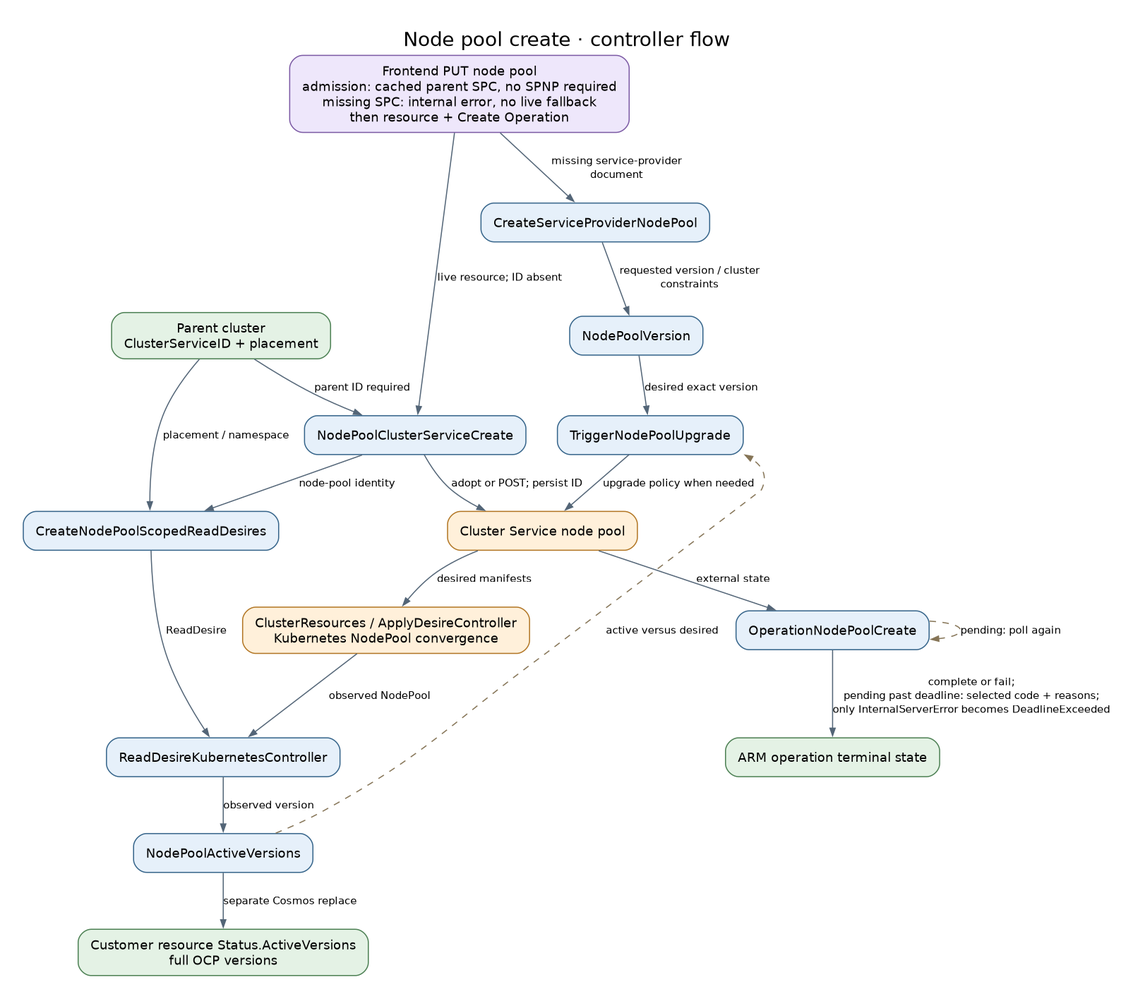
The Graphviz diagram docs/diagrams/controller-flows/nodepool-create.png in Azure/ARO-HCP, before a commit. Its source is kept beside it as docs/diagrams/controller-flows/nodepool-create.dot.
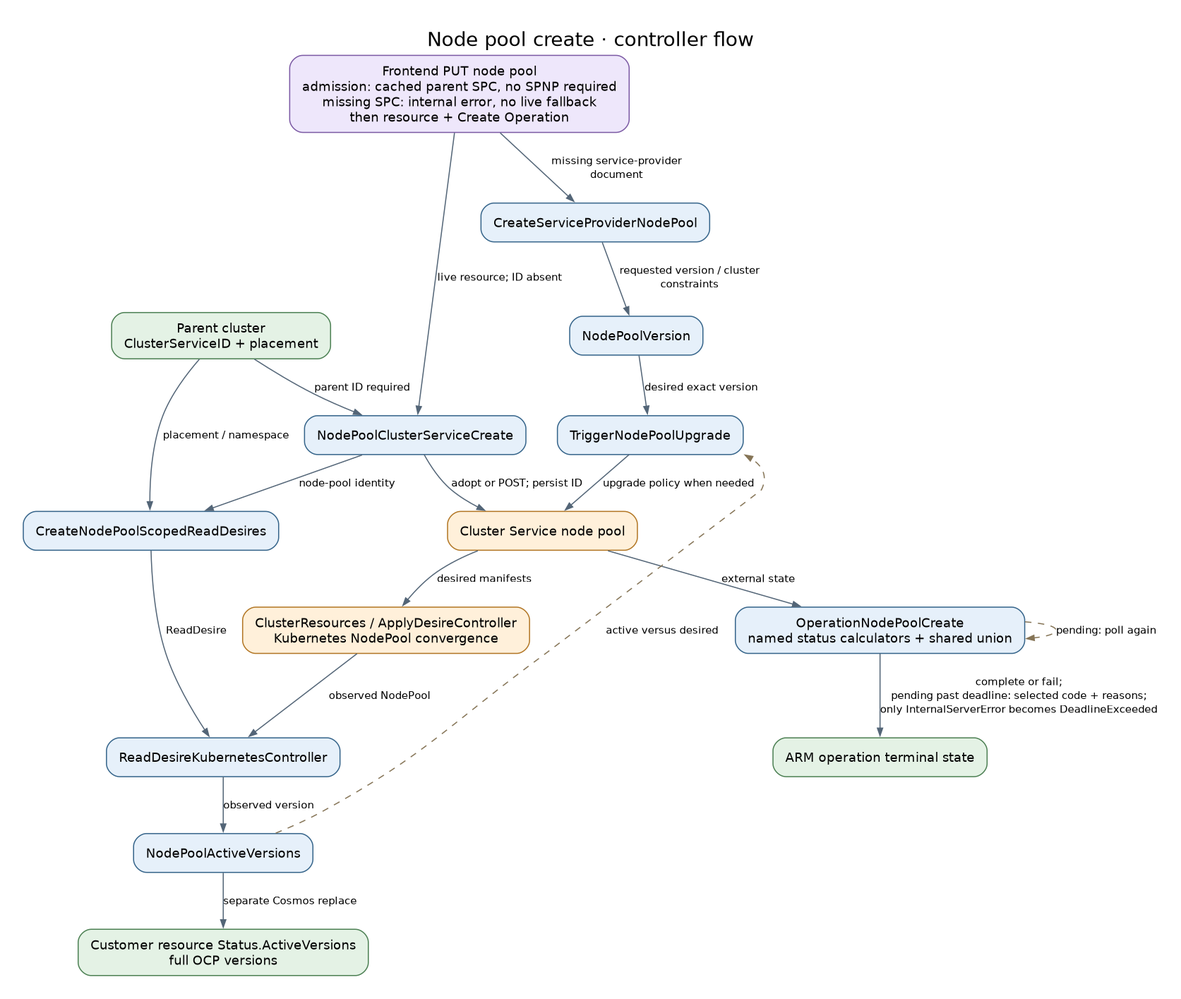
The same file after the commit.

Diff of the diagram source:
```diff
@@ -13,7 +13,7 @@
   read [label="CreateNodePoolScopedReadDesires", fillcolor="#e6f0fa", color="#35648a"];
   mirror [label="ReadDesireKubernetesController", fillcolor="#e6f0fa", color="#35648a"];
   active [label="NodePoolActiveVersions", fillcolor="#e6f0fa", color="#35648a"];
-  op [label="OperationNodePoolCreate", fillcolor="#e6f0fa", color="#35648a"];
+  op [label="OperationNodePoolCreate\nnamed status calculators + shared union", fillcolor="#e6f0fa", color="#35648a"];
   done [label="ARM operation terminal state", fillcolor="#e4f2e5", color="#4c8053"];
   api -> create [label="live resource; ID absent"];
   parent -> create [label="parent ID required"];
```
